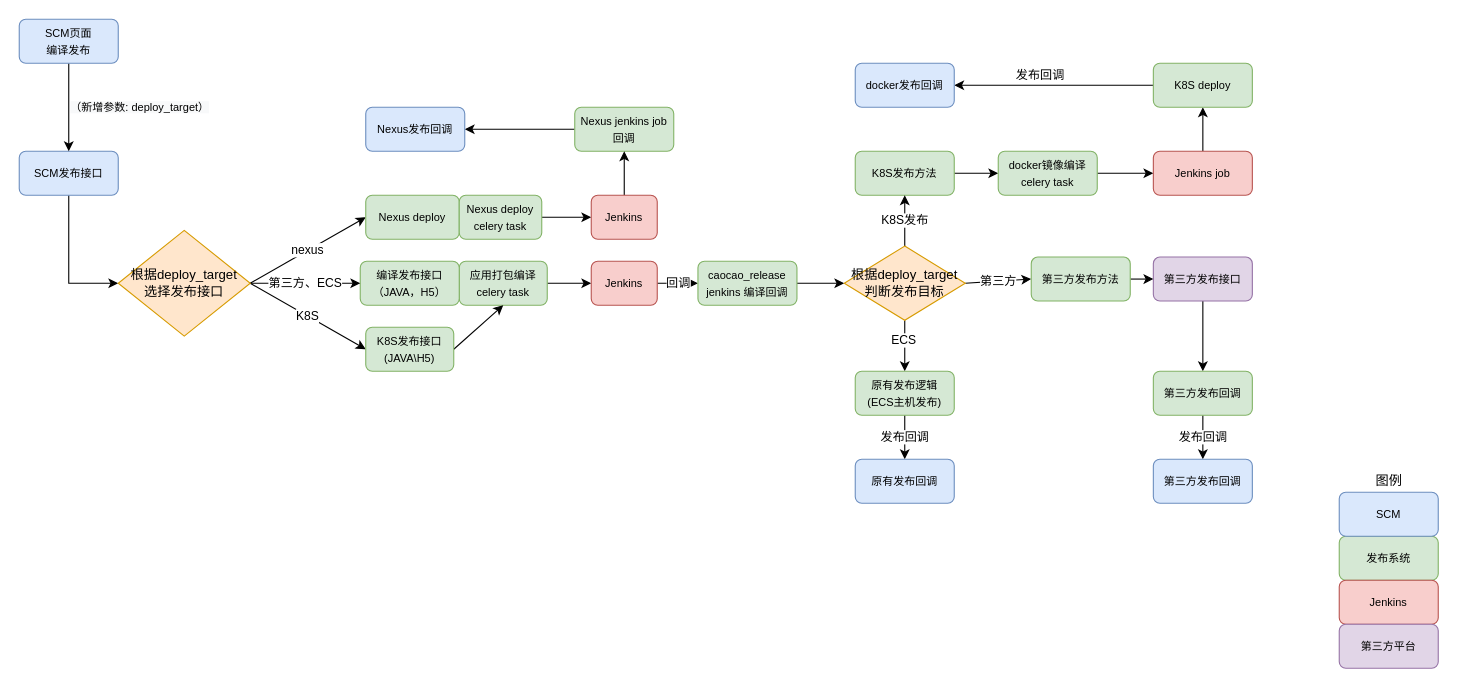
The draw.io diagram 曹操/SCM多发布目标流程设计.drawio in Makecodeeasy/diagrams, before the edit. Source tidied: cells renumbered, new cells numbered last; positions are measured from the earlier drawing's top-left corner, leaving out a move shared by most shapes. Both pictures are drawn from the tidied source at 110%, with x=0, y=0 at pixel (19, 19).
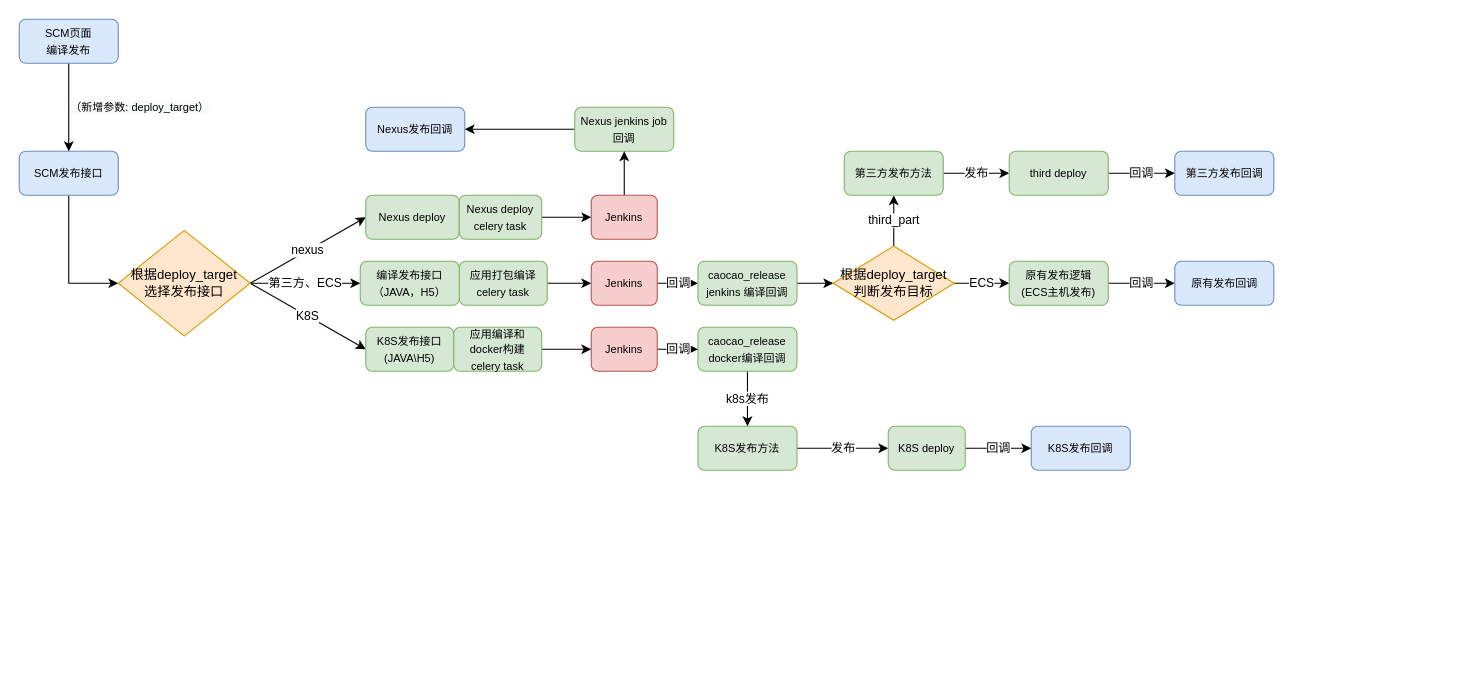
The same diagram, later.

Commit message:
更新SCM多发布目标流程设计.drawio

The change refers to these unchanged cells:
```xml
<mxCell id="5" value="&lt;span style=&quot;font-size: 10px&quot;&gt;应用打包编译&lt;br&gt;celery task&lt;/span&gt;" style="rounded=1;whiteSpace=wrap;html=1;fillColor=#d5e8d4;strokeColor=#82b366;" parent="1" vertex="1">
  <mxGeometry x="400" y="220" width="80" height="40" as="geometry" />
</mxCell>
<mxCell id="50" value="&lt;font style=&quot;font-size: 10px&quot;&gt;K8S发布接口&lt;br&gt;(JAVA\H5)&lt;br&gt;&lt;/font&gt;" style="rounded=1;whiteSpace=wrap;html=1;fillColor=#d5e8d4;strokeColor=#82b366;" parent="1" vertex="1">
  <mxGeometry x="315" y="280" width="80" height="40" as="geometry" />
</mxCell>
```

Diff of the diagram source:
```diff
@@
-    <mxCell id="2" style="edgeStyle=none;rounded=0;jettySize=auto;html=1;exitX=1;exitY=0.5;exitDx=0;exitDy=0;entryX=0;entryY=0.5;entryDx=0;entryDy=0;" parent="1" edge="1" source="3" target="25">
-      <mxGeometry relative="1" as="geometry" />
-    </mxCell>
+    <mxCell id="61" value="发布" style="edgeStyle=orthogonalEdgeStyle;rounded=0;jettySize=auto;html=1;exitX=1;exitY=0.5;exitDx=0;exitDy=0;entryX=0;entryY=0.5;entryDx=0;entryDy=0;" parent="1" edge="1" source="3" target="30">
+      <mxGeometry relative="1" as="geometry" />
+    </mxCell>
     <mxCell id="3" value="&lt;span style=&quot;font-size: 10px&quot;&gt;K8S发布方法&lt;br&gt;&lt;/span&gt;" style="rounded=1;whiteSpace=wrap;html=1;fillColor=#d5e8d4;strokeColor=#82b366;" parent="1" vertex="1">
-      <mxGeometry x="760" y="120" width="90" height="40" as="geometry" />
+      <mxGeometry x="617" y="370" width="90" height="40" as="geometry" />
     </mxCell>
@@
-    <mxCell id="11" style="rounded=0;jettySize=auto;html=1;exitX=0.5;exitY=1;exitDx=0;exitDy=0;entryX=0.5;entryY=0;entryDx=0;entryDy=0;" parent="1" edge="1" source="15" target="17">
-      <mxGeometry relative="1" as="geometry" />
-    </mxCell>
+    <mxCell id="14" value="third_part" style="edgeStyle=orthogonalEdgeStyle;rounded=0;jettySize=auto;html=1;exitX=0.5;exitY=0;exitDx=0;exitDy=0;" parent="1" edge="1" source="15" target="21">
+      <mxGeometry relative="1" as="geometry" />
+    </mxCell>
-    <mxCell id="12" value="ECS" style="edgeLabel;html=1;align=center;verticalAlign=middle;" parent="11" vertex="1">
-      <mxGeometry x="-0.24" y="-2" relative="1" as="geometry" />
+    <mxCell id="12" value="ECS" style="edgeStyle=orthogonalEdgeStyle;rounded=0;jettySize=auto;html=1;exitX=1;exitY=0.5;exitDx=0;exitDy=0;" parent="1" edge="1" source="15" target="17">
+      <mxGeometry relative="1" as="geometry" />
     </mxCell>
-    <mxCell id="13" value="K8S发布" style="edgeStyle=none;rounded=0;jettySize=auto;html=1;exitX=0.5;exitY=0;exitDx=0;exitDy=0;entryX=0.5;entryY=1;entryDx=0;entryDy=0;" parent="1" edge="1" source="15" target="3">
-      <mxGeometry relative="1" as="geometry" />
-    </mxCell>
-    <mxCell id="14" value="第三方" style="edgeStyle=none;rounded=0;jettySize=auto;html=1;exitX=1;exitY=0.5;exitDx=0;exitDy=0;entryX=0;entryY=0.5;entryDx=0;entryDy=0;" parent="1" edge="1" source="15" target="21">
-      <mxGeometry relative="1" as="geometry" />
-    </mxCell>
     <mxCell id="15" value="根据deploy_target&lt;br&gt;判断发布目标" style="rhombus;whiteSpace=wrap;html=1;fillColor=#ffe6cc;strokeColor=#d79b00;" parent="1" vertex="1">
-      <mxGeometry x="750" y="206.2" width="110" height="67.5" as="geometry" />
+      <mxGeometry x="740" y="206.2" width="110" height="67.5" as="geometry" />
     </mxCell>
-    <mxCell id="16" value="发布回调" style="edgeStyle=none;rounded=0;jettySize=auto;html=1;exitX=0.5;exitY=1;exitDx=0;exitDy=0;entryX=0.5;entryY=0;entryDx=0;entryDy=0;" parent="1" edge="1" source="17" target="52">
+    <mxCell id="16" value="回调" style="edgeStyle=orthogonalEdgeStyle;rounded=0;jettySize=auto;html=1;exitX=1;exitY=0.5;exitDx=0;exitDy=0;entryX=0;entryY=0.5;entryDx=0;entryDy=0;" parent="1" edge="1" source="17" target="52">
       <mxGeometry relative="1" as="geometry" />
     </mxCell>
     <mxCell id="17" value="&lt;font style=&quot;font-size: 10px&quot;&gt;原有发布逻辑&lt;br&gt;(ECS主机发布)&lt;br&gt;&lt;/font&gt;" style="rounded=1;whiteSpace=wrap;html=1;fillColor=#d5e8d4;strokeColor=#82b366;" parent="1" vertex="1">
-      <mxGeometry x="760" y="320" width="90" height="40" as="geometry" />
+      <mxGeometry x="900" y="220" width="90" height="40" as="geometry" />
     </mxCell>
-    <mxCell id="18" style="edgeStyle=none;rounded=0;jettySize=auto;html=1;exitX=0.5;exitY=1;exitDx=0;exitDy=0;entryX=0.5;entryY=0;entryDx=0;entryDy=0;" parent="1" edge="1" source="19" target="32">
-      <mxGeometry relative="1" as="geometry" />
-    </mxCell>
-    <mxCell id="19" value="&lt;span style=&quot;font-size: 10px&quot;&gt;第三方发布接口&lt;/span&gt;" style="rounded=1;whiteSpace=wrap;html=1;fillColor=#e1d5e7;strokeColor=#9673a6;" parent="1" vertex="1">
-      <mxGeometry x="1031" y="216.2" width="90" height="40" as="geometry" />
-    </mxCell>
-    <mxCell id="20" style="edgeStyle=none;rounded=0;jettySize=auto;html=1;exitX=1;exitY=0.5;exitDx=0;exitDy=0;entryX=0;entryY=0.5;entryDx=0;entryDy=0;" parent="1" edge="1" source="21" target="19">
-      <mxGeometry relative="1" as="geometry" />
-    </mxCell>
+    <mxCell id="62" value="发布" style="edgeStyle=orthogonalEdgeStyle;rounded=0;jettySize=auto;html=1;exitX=1;exitY=0.5;exitDx=0;exitDy=0;entryX=0;entryY=0.5;entryDx=0;entryDy=0;" parent="1" edge="1" source="21" target="66">
+      <mxGeometry relative="1" as="geometry" />
+    </mxCell>
     <mxCell id="21" value="&lt;span style=&quot;font-size: 10px&quot;&gt;第三方发布方法&lt;br&gt;&lt;/span&gt;" style="rounded=1;whiteSpace=wrap;html=1;fillColor=#d5e8d4;strokeColor=#82b366;" parent="1" vertex="1">
-      <mxGeometry x="920" y="216.2" width="90" height="40" as="geometry" />
+      <mxGeometry x="750" y="120" width="90" height="40" as="geometry" />
     </mxCell>
@@
-    <mxCell id="24" style="edgeStyle=none;rounded=0;jettySize=auto;html=1;exitX=1;exitY=0.5;exitDx=0;exitDy=0;entryX=0;entryY=0.5;entryDx=0;entryDy=0;" parent="1" edge="1" source="25" target="27">
-      <mxGeometry relative="1" as="geometry" />
-    </mxCell>
-    <mxCell id="25" value="&lt;span style=&quot;font-size: 10px&quot;&gt;docker镜像编译&lt;br&gt;celery task&lt;br&gt;&lt;/span&gt;" style="rounded=1;whiteSpace=wrap;html=1;fillColor=#d5e8d4;strokeColor=#82b366;" parent="1" vertex="1">
-      <mxGeometry x="890" y="120" width="90" height="40" as="geometry" />
-    </mxCell>
-    <mxCell id="26" style="edgeStyle=none;rounded=0;jettySize=auto;html=1;exitX=0.5;exitY=0;exitDx=0;exitDy=0;entryX=0.5;entryY=1;entryDx=0;entryDy=0;" parent="1" edge="1" source="27" target="30">
-      <mxGeometry relative="1" as="geometry" />
-    </mxCell>
-    <mxCell id="27" value="&lt;span style=&quot;font-size: 10px&quot;&gt;Jenkins job&lt;br&gt;&lt;/span&gt;" style="rounded=1;whiteSpace=wrap;html=1;fillColor=#f8cecc;strokeColor=#b85450;" parent="1" vertex="1">
-      <mxGeometry x="1031" y="120" width="90" height="40" as="geometry" />
-    </mxCell>
-    <mxCell id="28" style="edgeStyle=orthogonalEdgeStyle;rounded=0;jettySize=auto;html=1;exitX=0;exitY=0.5;exitDx=0;exitDy=0;" parent="1" edge="1" source="30" target="53">
+    <mxCell id="28" value="回调" style="edgeStyle=orthogonalEdgeStyle;rounded=0;jettySize=auto;html=1;exitX=1;exitY=0.5;exitDx=0;exitDy=0;entryX=0;entryY=0.5;entryDx=0;entryDy=0;" parent="1" edge="1" source="30" target="53">
       <mxGeometry relative="1" as="geometry" />
     </mxCell>
-    <mxCell id="29" value="发布回调" style="edgeLabel;html=1;align=center;verticalAlign=middle;" parent="28" vertex="1">
-      <mxGeometry x="0.15" y="2" relative="1" as="geometry">
-        <mxPoint y="-12" as="offset" />
-      </mxGeometry>
-    </mxCell>
     <mxCell id="30" value="&lt;span style=&quot;font-size: 10px&quot;&gt;K8S deploy&lt;br&gt;&lt;/span&gt;" style="rounded=1;whiteSpace=wrap;html=1;fillColor=#d5e8d4;strokeColor=#82b366;" parent="1" vertex="1">
-      <mxGeometry x="1031" y="40" width="90" height="40" as="geometry" />
+      <mxGeometry x="790" y="370" width="70" height="40" as="geometry" />
     </mxCell>
-    <mxCell id="31" value="发布回调" style="edgeStyle=none;rounded=0;jettySize=auto;html=1;exitX=0.5;exitY=1;exitDx=0;exitDy=0;entryX=0.5;entryY=0;entryDx=0;entryDy=0;" parent="1" edge="1" source="32" target="51">
-      <mxGeometry relative="1" as="geometry" />
-    </mxCell>
-    <mxCell id="32" value="&lt;span style=&quot;font-size: 10px&quot;&gt;第三方发布回调&lt;br&gt;&lt;/span&gt;" style="rounded=1;whiteSpace=wrap;html=1;fillColor=#d5e8d4;strokeColor=#82b366;" parent="1" vertex="1">
-      <mxGeometry x="1031" y="320" width="90" height="40" as="geometry" />
-    </mxCell>
-    <mxCell id="33" value="&lt;span style=&quot;font-size: 10px&quot;&gt;发布系统&lt;br&gt;&lt;/span&gt;" style="rounded=1;whiteSpace=wrap;html=1;fillColor=#d5e8d4;strokeColor=#82b366;" parent="1" vertex="1">
-      <mxGeometry x="1200" y="470" width="90" height="40" as="geometry" />
-    </mxCell>
-    <mxCell id="34" value="&lt;font style=&quot;font-size: 10px&quot;&gt;SCM&lt;br&gt;&lt;/font&gt;" style="rounded=1;whiteSpace=wrap;html=1;fillColor=#dae8fc;strokeColor=#6c8ebf;" parent="1" vertex="1">
-      <mxGeometry x="1200" y="430" width="90" height="40" as="geometry" />
-    </mxCell>
-    <mxCell id="35" value="&lt;span style=&quot;font-size: 10px&quot;&gt;Jenkins&lt;br&gt;&lt;/span&gt;" style="rounded=1;whiteSpace=wrap;html=1;fillColor=#f8cecc;strokeColor=#b85450;" parent="1" vertex="1">
-      <mxGeometry x="1200" y="510" width="90" height="40" as="geometry" />
-    </mxCell>
-    <mxCell id="36" value="&lt;span style=&quot;font-size: 10px&quot;&gt;第三方平台&lt;/span&gt;" style="rounded=1;whiteSpace=wrap;html=1;fillColor=#e1d5e7;strokeColor=#9673a6;" parent="1" vertex="1">
-      <mxGeometry x="1200" y="550" width="90" height="40" as="geometry" />
-    </mxCell>
@@
-    <mxCell id="48" value="图例" style="text;html=1;align=center;verticalAlign=middle;strokeColor=none;" parent="1" vertex="1">
-      <mxGeometry x="1225" y="410" width="40" height="20" as="geometry" />
-    </mxCell>
-    <mxCell id="49" style="edgeStyle=none;rounded=0;jettySize=auto;html=1;exitX=1;exitY=0.5;exitDx=0;exitDy=0;entryX=0.5;entryY=1;entryDx=0;entryDy=0;" parent="1" edge="1" source="50" target="5">
-      <mxGeometry relative="1" as="geometry" />
-    </mxCell>
@@
-    <mxCell id="51" value="&lt;font style=&quot;font-size: 10px&quot;&gt;第三方发布回调&lt;br&gt;&lt;/font&gt;" style="rounded=1;whiteSpace=wrap;html=1;fillColor=#dae8fc;strokeColor=#6c8ebf;" parent="1" vertex="1">
-      <mxGeometry x="1031" y="400" width="90" height="40" as="geometry" />
-    </mxCell>
     <mxCell id="52" value="&lt;font style=&quot;font-size: 10px&quot;&gt;原有发布回调&lt;br&gt;&lt;/font&gt;" style="rounded=1;whiteSpace=wrap;html=1;fillColor=#dae8fc;strokeColor=#6c8ebf;" parent="1" vertex="1">
-      <mxGeometry x="760" y="400" width="90" height="40" as="geometry" />
+      <mxGeometry x="1050.5" y="220" width="90" height="40" as="geometry" />
     </mxCell>
-    <mxCell id="53" value="&lt;font style=&quot;font-size: 10px&quot;&gt;docker发布回调&lt;br&gt;&lt;/font&gt;" style="rounded=1;whiteSpace=wrap;html=1;fillColor=#dae8fc;strokeColor=#6c8ebf;" parent="1" vertex="1">
-      <mxGeometry x="760" y="40" width="90" height="40" as="geometry" />
+    <mxCell id="53" value="&lt;font style=&quot;font-size: 10px&quot;&gt;K8S发布回调&lt;br&gt;&lt;/font&gt;" style="rounded=1;whiteSpace=wrap;html=1;fillColor=#dae8fc;strokeColor=#6c8ebf;" parent="1" vertex="1">
+      <mxGeometry x="920" y="370" width="90" height="40" as="geometry" />
     </mxCell>
@@
+    <mxCell id="63" style="edgeStyle=orthogonalEdgeStyle;rounded=0;jettySize=auto;html=1;exitX=1;exitY=0.5;exitDx=0;exitDy=0;entryX=0;entryY=0.5;entryDx=0;entryDy=0;" parent="1" edge="1" source="64" target="35">
+      <mxGeometry relative="1" as="geometry" />
+    </mxCell>
+    <mxCell id="64" value="&lt;span style=&quot;font-size: 10px&quot;&gt;应用编译和docker构建&lt;br&gt;celery task&lt;/span&gt;" style="rounded=1;whiteSpace=wrap;html=1;fillColor=#d5e8d4;strokeColor=#82b366;" parent="1" vertex="1">
+      <mxGeometry x="395" y="280" width="80" height="40" as="geometry" />
+    </mxCell>
+    <mxCell id="51" value="&lt;font style=&quot;font-size: 10px&quot;&gt;第三方发布回调&lt;br&gt;&lt;/font&gt;" style="rounded=1;whiteSpace=wrap;html=1;fillColor=#dae8fc;strokeColor=#6c8ebf;" parent="1" vertex="1">
+      <mxGeometry x="1050.5" y="120" width="90" height="40" as="geometry" />
+    </mxCell>
+    <mxCell id="65" value="回调" style="edgeStyle=orthogonalEdgeStyle;rounded=0;jettySize=auto;html=1;exitX=1;exitY=0.5;exitDx=0;exitDy=0;" parent="1" edge="1" source="66" target="51">
+      <mxGeometry relative="1" as="geometry">
+        <Array as="points">
+          <mxPoint x="1010" y="140" />
+          <mxPoint x="1010" y="140" />
+        </Array>
+      </mxGeometry>
+    </mxCell>
+    <mxCell id="66" value="&lt;span style=&quot;font-size: 10px&quot;&gt;third deploy&lt;br&gt;&lt;/span&gt;" style="rounded=1;whiteSpace=wrap;html=1;fillColor=#d5e8d4;strokeColor=#82b366;" parent="1" vertex="1">
+      <mxGeometry x="900" y="120" width="90" height="40" as="geometry" />
+    </mxCell>
+    <mxCell id="67" value="k8s发布" style="edgeStyle=orthogonalEdgeStyle;rounded=0;jettySize=auto;html=1;exitX=0.5;exitY=1;exitDx=0;exitDy=0;entryX=0.5;entryY=0;entryDx=0;entryDy=0;" parent="1" edge="1" source="68" target="3">
+      <mxGeometry relative="1" as="geometry" />
+    </mxCell>
+    <mxCell id="68" value="&lt;font style=&quot;font-size: 10px&quot;&gt;caocao_release&lt;br&gt;docker编译回调&lt;br&gt;&lt;/font&gt;" style="rounded=1;whiteSpace=wrap;html=1;fillColor=#d5e8d4;strokeColor=#82b366;" parent="1" vertex="1">
+      <mxGeometry x="617" y="280" width="90" height="40" as="geometry" />
+    </mxCell>
+    <mxCell id="69" value="回调" style="edgeStyle=orthogonalEdgeStyle;rounded=0;jettySize=auto;html=1;exitX=1;exitY=0.5;exitDx=0;exitDy=0;entryX=0;entryY=0.5;entryDx=0;entryDy=0;" parent="1" edge="1" source="35" target="68">
+      <mxGeometry relative="1" as="geometry" />
+    </mxCell>
+    <mxCell id="35" value="&lt;span style=&quot;font-size: 10px&quot;&gt;Jenkins&lt;br&gt;&lt;/span&gt;" style="rounded=1;whiteSpace=wrap;html=1;fillColor=#f8cecc;strokeColor=#b85450;" parent="1" vertex="1">
+      <mxGeometry x="520" y="280" width="60" height="40" as="geometry" />
+    </mxCell>
```
